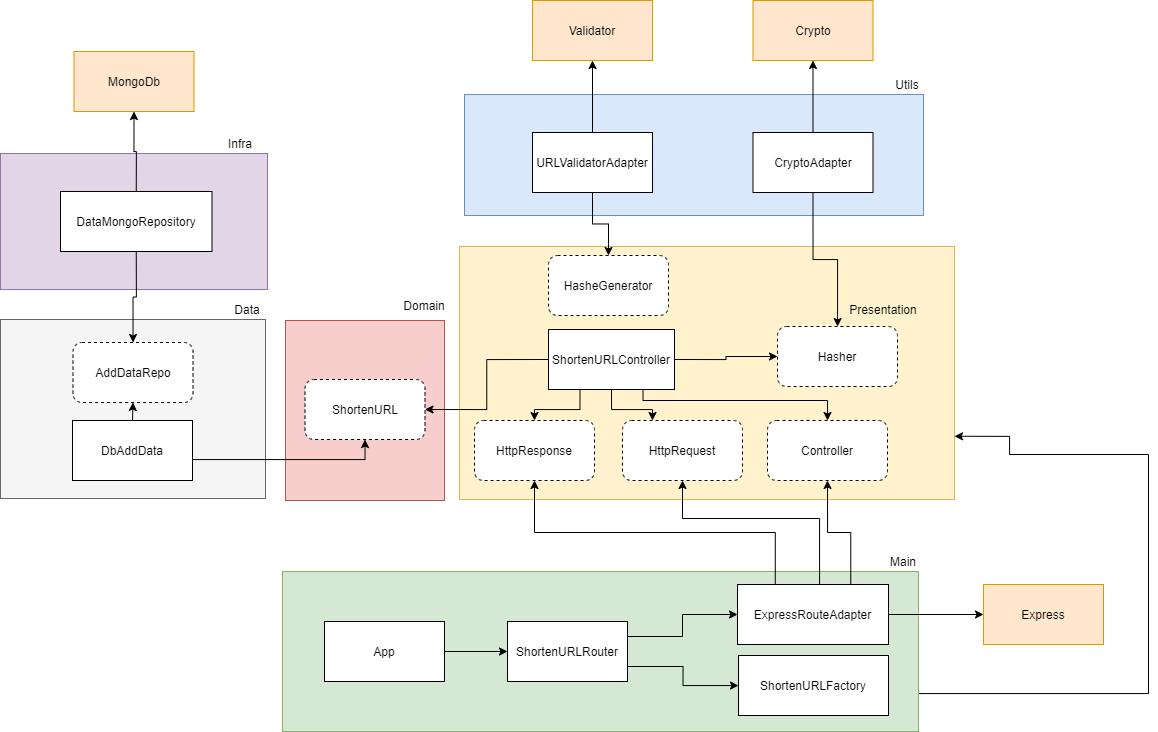
This is images/Diagrams-Page-1.png from joaogmm/url-shortener, a draw.io export, as it was before one commit. Source tidied: cells renumbered, new cells last; positions are measured from the earlier drawing's top-left corner, leaving out a move shared by most shapes. Its diagram source:
```xml
<mxGraphModel>
  <root>
    <mxCell id="0" />
    <mxCell id="1" parent="0" />
    <mxCell id="2" style="rounded=0;whiteSpace=wrap;html=1;fillColor=#fff2cc;strokeColor=#d6b656;" parent="1" vertex="1">
      <mxGeometry x="459" y="246" width="495" height="253" as="geometry" />
    </mxCell>
    <mxCell id="3" value="Presentation" style="text;html=1;strokeColor=none;fillColor=none;align=center;verticalAlign=middle;whiteSpace=wrap;rounded=0;" parent="1" vertex="1">
      <mxGeometry x="863" y="299" width="40" height="20" as="geometry" />
    </mxCell>
    <mxCell id="4" style="edgeStyle=orthogonalEdgeStyle;rounded=0;jettySize=auto;html=1;exitX=1;exitY=0.5;exitDx=0;exitDy=0;entryX=1;entryY=0.75;entryDx=0;entryDy=0;" parent="1" edge="1" source="5" target="2">
      <mxGeometry relative="1" as="geometry">
        <Array as="points">
          <mxPoint x="918" y="693" />
          <mxPoint x="1148" y="693" />
          <mxPoint x="1148" y="454" />
          <mxPoint x="1009" y="454" />
          <mxPoint x="1009" y="436" />
        </Array>
      </mxGeometry>
    </mxCell>
    <mxCell id="5" style="rounded=0;whiteSpace=wrap;html=1;fillColor=#d5e8d4;strokeColor=#82b366;" parent="1" vertex="1">
      <mxGeometry x="282" y="571" width="636" height="160" as="geometry" />
    </mxCell>
    <mxCell id="6" value="Main" style="text;html=1;strokeColor=none;fillColor=none;align=center;verticalAlign=middle;whiteSpace=wrap;rounded=0;" parent="1" vertex="1">
      <mxGeometry x="883" y="551" width="40" height="20" as="geometry" />
    </mxCell>
    <mxCell id="7" style="edgeStyle=orthogonalEdgeStyle;rounded=0;jettySize=auto;html=1;exitX=1;exitY=0.5;exitDx=0;exitDy=0;entryX=0;entryY=0.5;entryDx=0;entryDy=0;" parent="1" edge="1" source="8" target="22">
      <mxGeometry relative="1" as="geometry" />
    </mxCell>
    <mxCell id="8" value="App" style="rounded=0;whiteSpace=wrap;html=1;fillColor=#ffffff;" parent="1" vertex="1">
      <mxGeometry x="324" y="621" width="120" height="60" as="geometry" />
    </mxCell>
    <mxCell id="9" style="rounded=0;whiteSpace=wrap;html=1;fillColor=#f8cecc;strokeColor=#b85450;" parent="1" vertex="1">
      <mxGeometry x="285" y="320" width="159" height="180" as="geometry" />
    </mxCell>
    <mxCell id="10" value="MongoDb" style="rounded=0;whiteSpace=wrap;html=1;glass=0;strokeColor=#d79b00;fillColor=#ffe6cc;" parent="1" vertex="1">
      <mxGeometry x="73.5" y="51" width="120" height="60" as="geometry" />
    </mxCell>
    <mxCell id="11" style="edgeStyle=orthogonalEdgeStyle;rounded=0;jettySize=auto;html=1;exitX=0.25;exitY=1;exitDx=0;exitDy=0;entryX=0.5;entryY=0;entryDx=0;entryDy=0;" parent="1" edge="1" source="16" target="17">
      <mxGeometry relative="1" as="geometry" />
    </mxCell>
    <mxCell id="12" style="edgeStyle=orthogonalEdgeStyle;rounded=0;jettySize=auto;html=1;exitX=0.5;exitY=1;exitDx=0;exitDy=0;entryX=0.25;entryY=0;entryDx=0;entryDy=0;" parent="1" edge="1" source="16" target="18">
      <mxGeometry relative="1" as="geometry" />
    </mxCell>
    <mxCell id="13" style="edgeStyle=orthogonalEdgeStyle;rounded=0;jettySize=auto;html=1;exitX=0.75;exitY=1;exitDx=0;exitDy=0;entryX=0.5;entryY=0;entryDx=0;entryDy=0;" parent="1" edge="1" source="16" target="19">
      <mxGeometry relative="1" as="geometry">
        <Array as="points">
          <mxPoint x="643" y="400" />
          <mxPoint x="827" y="400" />
        </Array>
      </mxGeometry>
    </mxCell>
    <mxCell id="14" style="edgeStyle=orthogonalEdgeStyle;rounded=0;jettySize=auto;html=1;exitX=1;exitY=0.5;exitDx=0;exitDy=0;" parent="1" edge="1" source="16" target="53">
      <mxGeometry relative="1" as="geometry" />
    </mxCell>
    <mxCell id="15" style="edgeStyle=orthogonalEdgeStyle;rounded=0;jettySize=auto;html=1;exitX=0;exitY=0.5;exitDx=0;exitDy=0;entryX=1;entryY=0.5;entryDx=0;entryDy=0;" parent="1" edge="1" source="16" target="31">
      <mxGeometry relative="1" as="geometry" />
    </mxCell>
    <mxCell id="16" value="ShortenURLController" style="rounded=0;whiteSpace=wrap;html=1;glass=0;strokeColor=#000000;fillColor=#ffffff;" parent="1" vertex="1">
      <mxGeometry x="548" y="329" width="126" height="60" as="geometry" />
    </mxCell>
    <mxCell id="17" value="HttpResponse" style="rounded=1;whiteSpace=wrap;html=1;glass=0;strokeColor=#000000;fillColor=#ffffff;dashed=1;" parent="1" vertex="1">
      <mxGeometry x="474" y="420" width="120" height="60" as="geometry" />
    </mxCell>
    <mxCell id="18" value="HttpRequest" style="rounded=1;whiteSpace=wrap;html=1;glass=0;strokeColor=#000000;fillColor=#ffffff;dashed=1;" parent="1" vertex="1">
      <mxGeometry x="622" y="420" width="120" height="60" as="geometry" />
    </mxCell>
    <mxCell id="19" value="Controller" style="rounded=1;whiteSpace=wrap;html=1;glass=0;strokeColor=#000000;fillColor=#ffffff;dashed=1;" parent="1" vertex="1">
      <mxGeometry x="767" y="420" width="120" height="60" as="geometry" />
    </mxCell>
    <mxCell id="20" style="edgeStyle=orthogonalEdgeStyle;rounded=0;jettySize=auto;html=1;exitX=1;exitY=0.75;exitDx=0;exitDy=0;" parent="1" edge="1" source="22" target="23">
      <mxGeometry relative="1" as="geometry" />
    </mxCell>
    <mxCell id="21" style="edgeStyle=orthogonalEdgeStyle;rounded=0;jettySize=auto;html=1;exitX=1;exitY=0.25;exitDx=0;exitDy=0;entryX=0;entryY=0.5;entryDx=0;entryDy=0;" parent="1" edge="1" source="22" target="28">
      <mxGeometry relative="1" as="geometry" />
    </mxCell>
    <mxCell id="22" value="ShortenURLRouter" style="rounded=0;whiteSpace=wrap;html=1;fillColor=#ffffff;" parent="1" vertex="1">
      <mxGeometry x="507" y="621" width="120" height="60" as="geometry" />
    </mxCell>
    <mxCell id="23" value="ShortenURLFactory" style="rounded=0;whiteSpace=wrap;html=1;fillColor=#ffffff;" parent="1" vertex="1">
      <mxGeometry x="738" y="655" width="150" height="60" as="geometry" />
    </mxCell>
    <mxCell id="24" style="edgeStyle=orthogonalEdgeStyle;rounded=0;jettySize=auto;html=1;exitX=1;exitY=0.5;exitDx=0;exitDy=0;entryX=0;entryY=0.5;entryDx=0;entryDy=0;" parent="1" edge="1" source="28" target="29">
      <mxGeometry relative="1" as="geometry" />
    </mxCell>
    <mxCell id="25" style="edgeStyle=orthogonalEdgeStyle;rounded=0;jettySize=auto;html=1;exitX=0.25;exitY=0;exitDx=0;exitDy=0;entryX=0.5;entryY=1;entryDx=0;entryDy=0;" parent="1" edge="1" source="28" target="17">
      <mxGeometry relative="1" as="geometry" />
    </mxCell>
    <mxCell id="26" style="edgeStyle=orthogonalEdgeStyle;rounded=0;jettySize=auto;html=1;exitX=0.5;exitY=0;exitDx=0;exitDy=0;entryX=0.5;entryY=1;entryDx=0;entryDy=0;" parent="1" edge="1" source="28" target="18">
      <mxGeometry relative="1" as="geometry">
        <Array as="points">
          <mxPoint x="819" y="584" />
          <mxPoint x="819" y="518" />
          <mxPoint x="682" y="518" />
        </Array>
      </mxGeometry>
    </mxCell>
    <mxCell id="27" style="edgeStyle=orthogonalEdgeStyle;rounded=0;jettySize=auto;html=1;exitX=0.75;exitY=0;exitDx=0;exitDy=0;entryX=0.5;entryY=1;entryDx=0;entryDy=0;" parent="1" edge="1" source="28" target="19">
      <mxGeometry relative="1" as="geometry" />
    </mxCell>
    <mxCell id="28" value="ExpressRouteAdapter" style="rounded=0;whiteSpace=wrap;html=1;fillColor=#ffffff;" parent="1" vertex="1">
      <mxGeometry x="737" y="584" width="151" height="60" as="geometry" />
    </mxCell>
    <mxCell id="29" value="Express" style="rounded=0;whiteSpace=wrap;html=1;fillColor=#ffe6cc;strokeColor=#d79b00;" parent="1" vertex="1">
      <mxGeometry x="983" y="584" width="120" height="60" as="geometry" />
    </mxCell>
    <mxCell id="30" value="&lt;span style=&quot;color: rgba(0 , 0 , 0 , 0) ; font-family: monospace ; font-size: 0px&quot;&gt;%3CmxGraphModel%3E%3Croot%3E%3CmxCell%20id%3D%220%22%2F%3E%3CmxCell%20id%3D%221%22%20parent%3D%220%22%2F%3E%3CmxCell%20id%3D%222%22%20value%3D%22ShortenerController%22%20style%3D%22rounded%3D0%3BwhiteSpace%3Dwrap%3Bhtml%3D1%3Bglass%3D0%3BstrokeColor%3D%23000000%3BfillColor%3Dnone%3B%22%20vertex%3D%221%22%20parent%3D%221%22%3E%3CmxGeometry%20x%3D%22340%22%20y%3D%2263%22%20width%3D%22120%22%20height%3D%2260%22%20as%3D%22geometry%22%2F%3E%3C%2FmxCell%3E%3C%2Froot%3E%3C%2FmxGraphModel%3E&lt;/span&gt;" style="text;html=1;align=center;verticalAlign=middle;" parent="1" vertex="1">
      <mxGeometry x="72" y="452" width="10" height="22" as="geometry" />
    </mxCell>
    <mxCell id="31" value="ShortenURL" style="rounded=1;whiteSpace=wrap;html=1;glass=0;strokeColor=#000000;fillColor=#ffffff;dashed=1;" parent="1" vertex="1">
      <mxGeometry x="304.5" y="379" width="120" height="60" as="geometry" />
    </mxCell>
    <mxCell id="32" style="rounded=0;whiteSpace=wrap;html=1;fillColor=#f5f5f5;strokeColor=#666666;fontColor=#333333;" parent="1" vertex="1">
      <mxGeometry y="319" width="265" height="179" as="geometry" />
    </mxCell>
    <mxCell id="33" value="AddDataRepo" style="rounded=1;whiteSpace=wrap;html=1;glass=0;strokeColor=#000000;fillColor=#ffffff;dashed=1;" parent="1" vertex="1">
      <mxGeometry x="72.5" y="342" width="120" height="60" as="geometry" />
    </mxCell>
    <mxCell id="34" style="edgeStyle=orthogonalEdgeStyle;rounded=0;jettySize=auto;html=1;exitX=1;exitY=0.5;exitDx=0;exitDy=0;entryX=0.5;entryY=1;entryDx=0;entryDy=0;" parent="1" edge="1" source="36" target="31">
      <mxGeometry relative="1" as="geometry">
        <Array as="points">
          <mxPoint x="192" y="459" />
          <mxPoint x="365" y="459" />
        </Array>
      </mxGeometry>
    </mxCell>
    <mxCell id="35" style="edgeStyle=orthogonalEdgeStyle;rounded=0;jettySize=auto;html=1;exitX=0.5;exitY=0;exitDx=0;exitDy=0;entryX=0.5;entryY=1;entryDx=0;entryDy=0;" parent="1" edge="1" source="36" target="33">
      <mxGeometry relative="1" as="geometry" />
    </mxCell>
    <mxCell id="36" value="DbAddData" style="rounded=0;whiteSpace=wrap;html=1;fillColor=#ffffff;" parent="1" vertex="1">
      <mxGeometry x="72" y="420" width="120" height="60" as="geometry" />
    </mxCell>
    <mxCell id="37" style="rounded=0;whiteSpace=wrap;html=1;fillColor=#e1d5e7;strokeColor=#9673a6;" parent="1" vertex="1">
      <mxGeometry y="153" width="267" height="136" as="geometry" />
    </mxCell>
    <mxCell id="38" style="edgeStyle=orthogonalEdgeStyle;rounded=0;jettySize=auto;html=1;exitX=0.5;exitY=0;exitDx=0;exitDy=0;entryX=0.5;entryY=1;entryDx=0;entryDy=0;" parent="1" edge="1" source="40" target="10">
      <mxGeometry relative="1" as="geometry" />
    </mxCell>
    <mxCell id="39" style="edgeStyle=orthogonalEdgeStyle;rounded=0;jettySize=auto;html=1;exitX=0.5;exitY=1;exitDx=0;exitDy=0;" parent="1" edge="1" source="40" target="33">
      <mxGeometry relative="1" as="geometry" />
    </mxCell>
    <mxCell id="40" value="DataMongoRepository" style="rounded=0;whiteSpace=wrap;html=1;fillColor=#ffffff;" parent="1" vertex="1">
      <mxGeometry x="60" y="191" width="151.5" height="60" as="geometry" />
    </mxCell>
    <mxCell id="41" style="rounded=0;whiteSpace=wrap;html=1;fillColor=#dae8fc;strokeColor=#6c8ebf;" parent="1" vertex="1">
      <mxGeometry x="464" y="94" width="459" height="121" as="geometry" />
    </mxCell>
    <mxCell id="42" value="Infra" style="text;html=1;strokeColor=none;fillColor=none;align=center;verticalAlign=middle;whiteSpace=wrap;rounded=0;" parent="1" vertex="1">
      <mxGeometry x="220" y="133" width="40" height="20" as="geometry" />
    </mxCell>
    <mxCell id="43" value="Data" style="text;html=1;strokeColor=none;fillColor=none;align=center;verticalAlign=middle;whiteSpace=wrap;rounded=0;" parent="1" vertex="1">
      <mxGeometry x="227" y="299" width="40" height="20" as="geometry" />
    </mxCell>
    <mxCell id="44" value="Domain" style="text;html=1;strokeColor=none;fillColor=none;align=center;verticalAlign=middle;whiteSpace=wrap;rounded=0;" parent="1" vertex="1">
      <mxGeometry x="404" y="295" width="40" height="20" as="geometry" />
    </mxCell>
    <mxCell id="45" style="edgeStyle=orthogonalEdgeStyle;rounded=0;jettySize=auto;html=1;exitX=0.5;exitY=0;exitDx=0;exitDy=0;entryX=0.5;entryY=1;entryDx=0;entryDy=0;" parent="1" edge="1" source="47" target="51">
      <mxGeometry relative="1" as="geometry" />
    </mxCell>
    <mxCell id="46" style="edgeStyle=orthogonalEdgeStyle;rounded=0;jettySize=auto;html=1;exitX=0.5;exitY=1;exitDx=0;exitDy=0;entryX=0.5;entryY=0;entryDx=0;entryDy=0;" parent="1" edge="1" source="47" target="54">
      <mxGeometry relative="1" as="geometry" />
    </mxCell>
    <mxCell id="47" value="URLValidatorAdapter" style="rounded=0;whiteSpace=wrap;html=1;" parent="1" vertex="1">
      <mxGeometry x="532" y="132" width="120" height="60" as="geometry" />
    </mxCell>
    <mxCell id="48" style="edgeStyle=orthogonalEdgeStyle;rounded=0;jettySize=auto;html=1;exitX=0.5;exitY=0;exitDx=0;exitDy=0;entryX=0.5;entryY=1;entryDx=0;entryDy=0;" parent="1" edge="1" source="50" target="52">
      <mxGeometry relative="1" as="geometry" />
    </mxCell>
    <mxCell id="49" style="edgeStyle=orthogonalEdgeStyle;rounded=0;jettySize=auto;html=1;exitX=0.5;exitY=1;exitDx=0;exitDy=0;" parent="1" edge="1" source="50" target="53">
      <mxGeometry relative="1" as="geometry" />
    </mxCell>
    <mxCell id="50" value="CryptoAdapter" style="rounded=0;whiteSpace=wrap;html=1;" parent="1" vertex="1">
      <mxGeometry x="752.5" y="132" width="120" height="60" as="geometry" />
    </mxCell>
    <mxCell id="51" value="Validator" style="rounded=0;whiteSpace=wrap;html=1;fillColor=#ffe6cc;strokeColor=#d79b00;" parent="1" vertex="1">
      <mxGeometry x="532" width="120" height="60" as="geometry" />
    </mxCell>
    <mxCell id="52" value="Crypto" style="rounded=0;whiteSpace=wrap;html=1;fillColor=#ffe6cc;strokeColor=#d79b00;" parent="1" vertex="1">
      <mxGeometry x="752.5" width="120" height="60" as="geometry" />
    </mxCell>
    <mxCell id="53" value="Hasher" style="rounded=1;whiteSpace=wrap;html=1;glass=0;strokeColor=#000000;fillColor=#ffffff;dashed=1;" parent="1" vertex="1">
      <mxGeometry x="777" y="326" width="120" height="60" as="geometry" />
    </mxCell>
    <mxCell id="54" value="HasheGenerator" style="rounded=1;whiteSpace=wrap;html=1;glass=0;strokeColor=#000000;fillColor=#ffffff;dashed=1;" parent="1" vertex="1">
      <mxGeometry x="548" y="255" width="120" height="60" as="geometry" />
    </mxCell>
    <mxCell id="55" value="Utils" style="text;html=1;strokeColor=none;fillColor=none;align=center;verticalAlign=middle;whiteSpace=wrap;rounded=0;" parent="1" vertex="1">
      <mxGeometry x="887" y="74" width="40" height="20" as="geometry" />
    </mxCell>
  </root>
</mxGraphModel>
```
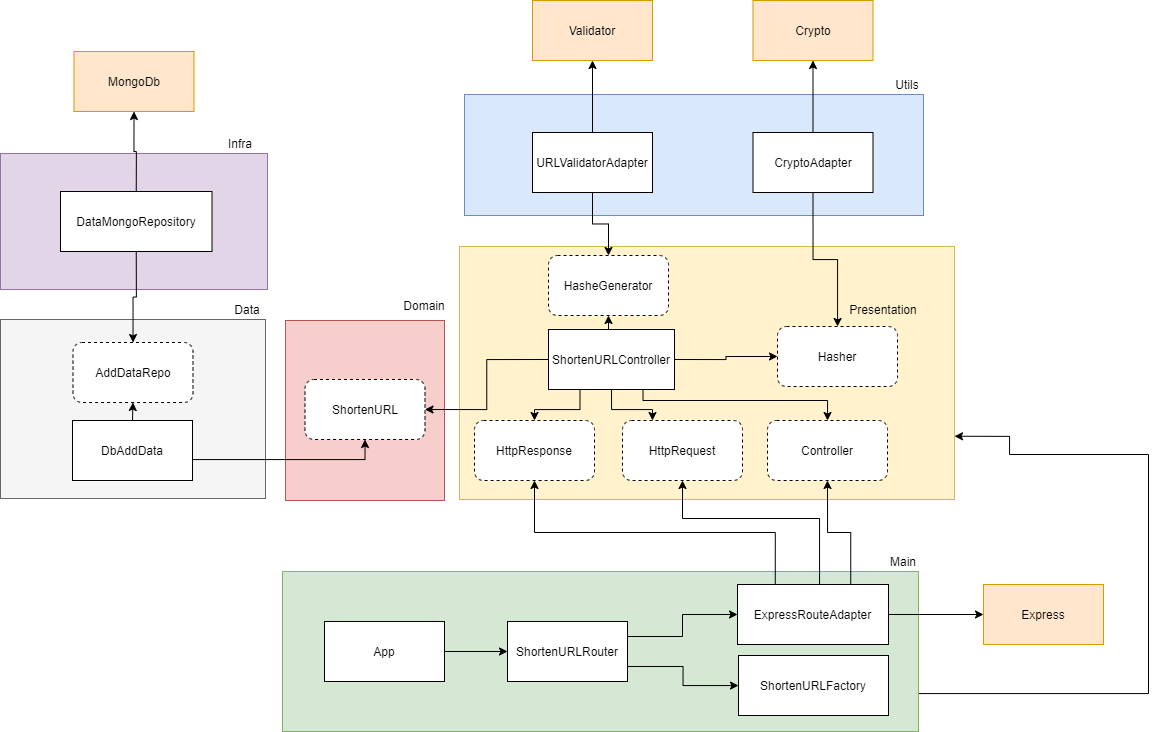
After the commit.

Commit message:
fix: fixing fluxogram component that was not connected

Change to the diagram source:
```diff
@@ -57,6 +57,9 @@
     <mxCell id="15" style="edgeStyle=orthogonalEdgeStyle;rounded=0;jettySize=auto;html=1;exitX=0;exitY=0.5;exitDx=0;exitDy=0;entryX=1;entryY=0.5;entryDx=0;entryDy=0;" parent="1" edge="1" source="16" target="31">
       <mxGeometry relative="1" as="geometry" />
     </mxCell>
+    <mxCell id="56" style="edgeStyle=orthogonalEdgeStyle;rounded=0;jettySize=auto;html=1;exitX=0.5;exitY=0;exitDx=0;exitDy=0;entryX=0.5;entryY=1;entryDx=0;entryDy=0;" parent="1" edge="1" source="16" target="54">
+      <mxGeometry relative="1" as="geometry" />
+    </mxCell>
     <mxCell id="16" value="ShortenURLController" style="rounded=0;whiteSpace=wrap;html=1;glass=0;strokeColor=#000000;fillColor=#ffffff;" parent="1" vertex="1">
       <mxGeometry x="548" y="329" width="126" height="60" as="geometry" />
     </mxCell>
```
